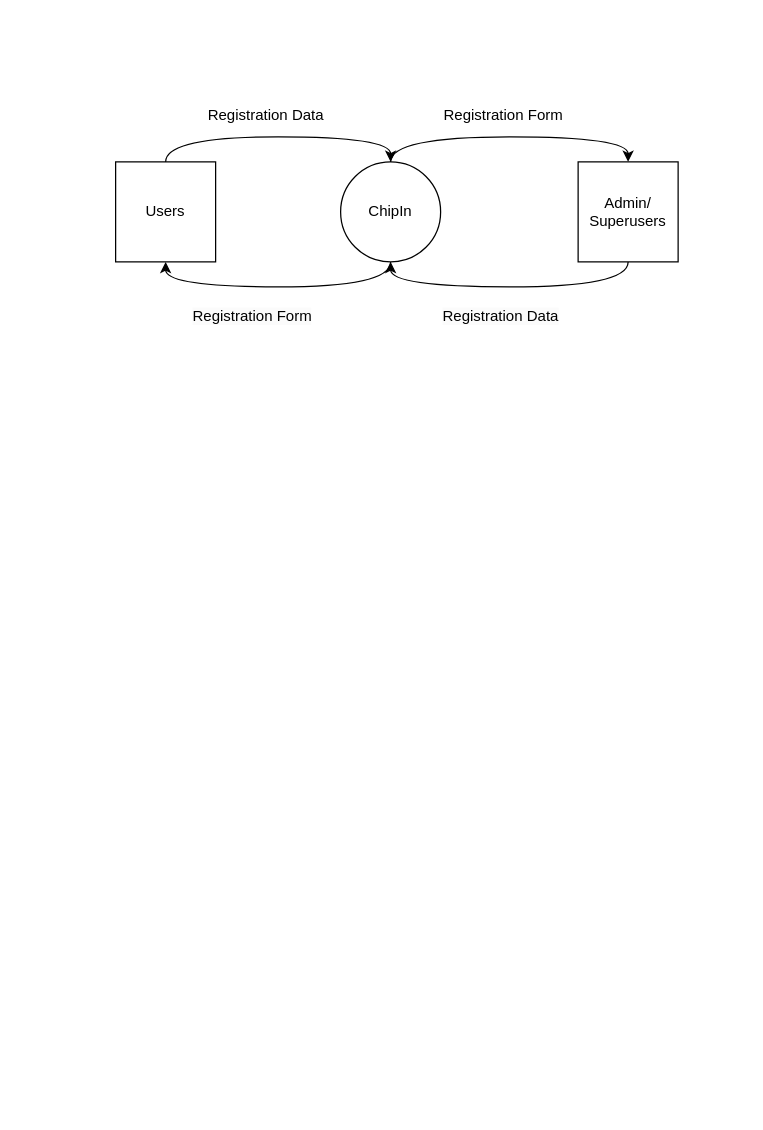
Above: SSa_project.drawio in GeorginaFox/at1 (draw.io), before the change. Source tidied: cells renumbered, new cells numbered last; positions are measured from the earlier drawing's top-left corner, leaving out a move shared by most shapes. Both pictures are drawn from the tidied source at 125%, with x=0, y=0 at pixel (115, 96).
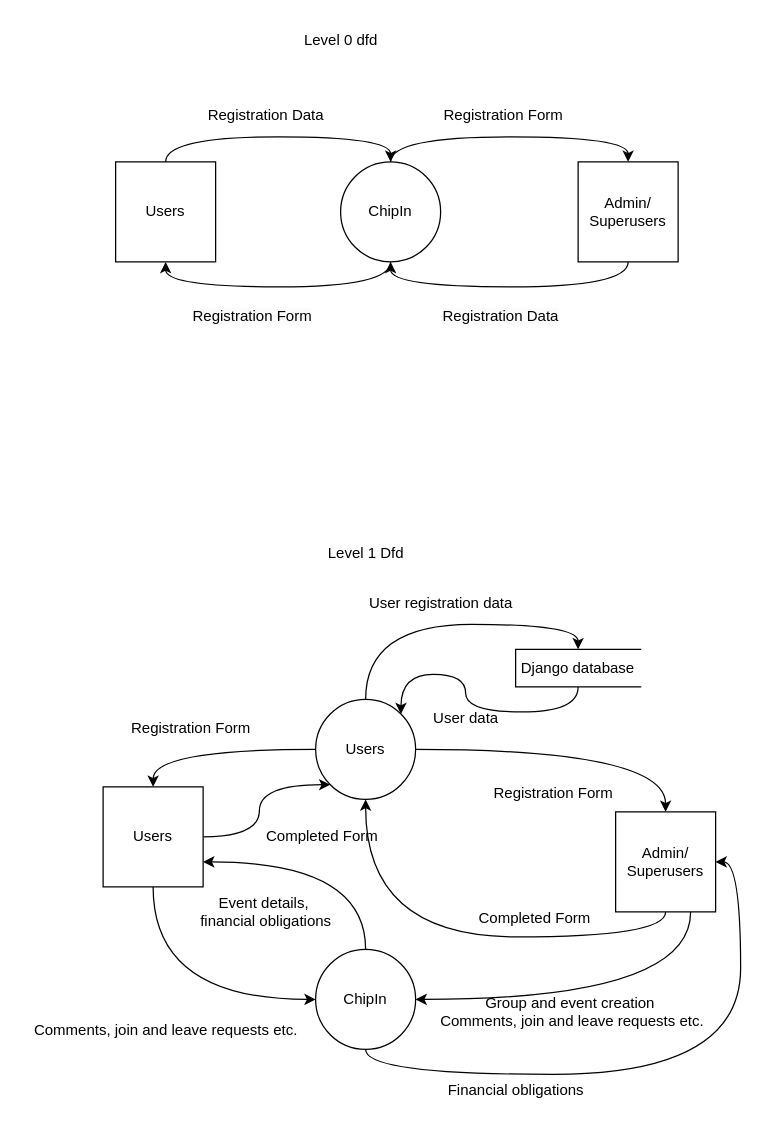
The same diagram, later.

What changed in the source:
```diff
@@
+    <mxCell id="13" style="edgeStyle=orthogonalEdgeStyle;rounded=0;jettySize=auto;html=1;exitX=0.5;exitY=0;exitDx=0;exitDy=0;entryX=1;entryY=0.75;entryDx=0;entryDy=0;curved=1;" parent="1" edge="1" source="15" target="21">
+      <mxGeometry relative="1" as="geometry" />
+    </mxCell>
+    <mxCell id="14" style="edgeStyle=orthogonalEdgeStyle;rounded=0;jettySize=auto;html=1;exitX=0.5;exitY=1;exitDx=0;exitDy=0;entryX=1;entryY=0.5;entryDx=0;entryDy=0;curved=1;" parent="1" edge="1" source="15" target="23">
+      <mxGeometry relative="1" as="geometry" />
+    </mxCell>
+    <mxCell id="15" value="ChipIn" style="ellipse;whiteSpace=wrap;html=1;" parent="1" vertex="1">
+      <mxGeometry x="160" y="682" width="80" height="80" as="geometry" />
+    </mxCell>
+    <mxCell id="16" style="edgeStyle=orthogonalEdgeStyle;rounded=0;jettySize=auto;html=1;exitX=0.5;exitY=0;exitDx=0;exitDy=0;entryX=0.5;entryY=0;entryDx=0;entryDy=0;curved=1;" parent="1" edge="1" source="18" target="25">
+      <mxGeometry relative="1" as="geometry" />
+    </mxCell>
+    <mxCell id="17" style="edgeStyle=orthogonalEdgeStyle;rounded=0;jettySize=auto;html=1;exitX=0;exitY=0.5;exitDx=0;exitDy=0;entryX=0.5;entryY=0;entryDx=0;entryDy=0;curved=1;" parent="1" edge="1" source="18" target="21">
+      <mxGeometry relative="1" as="geometry" />
+    </mxCell>
+    <mxCell id="18" value="Users" style="ellipse;whiteSpace=wrap;html=1;" parent="1" vertex="1">
+      <mxGeometry x="160" y="482" width="80" height="80" as="geometry" />
+    </mxCell>
+    <mxCell id="19" style="edgeStyle=orthogonalEdgeStyle;rounded=0;jettySize=auto;html=1;exitX=1;exitY=0.5;exitDx=0;exitDy=0;entryX=0;entryY=1;entryDx=0;entryDy=0;curved=1;" parent="1" edge="1" source="21" target="18">
+      <mxGeometry relative="1" as="geometry" />
+    </mxCell>
+    <mxCell id="20" style="edgeStyle=orthogonalEdgeStyle;rounded=0;jettySize=auto;html=1;exitX=0.5;exitY=1;exitDx=0;exitDy=0;entryX=0;entryY=0.5;entryDx=0;entryDy=0;curved=1;" parent="1" edge="1" source="21" target="15">
+      <mxGeometry relative="1" as="geometry" />
+    </mxCell>
+    <mxCell id="21" value="Users" style="whiteSpace=wrap;html=1;" parent="1" vertex="1">
+      <mxGeometry x="-10" y="552" width="80" height="80" as="geometry" />
+    </mxCell>
+    <mxCell id="22" style="edgeStyle=orthogonalEdgeStyle;rounded=0;jettySize=auto;html=1;exitX=0.75;exitY=1;exitDx=0;exitDy=0;entryX=1;entryY=0.5;entryDx=0;entryDy=0;curved=1;" parent="1" edge="1" source="23" target="15">
+      <mxGeometry relative="1" as="geometry" />
+    </mxCell>
+    <mxCell id="23" value="Admin/&lt;div&gt;Superusers&lt;/div&gt;" style="whiteSpace=wrap;html=1;" parent="1" vertex="1">
+      <mxGeometry x="400" y="572" width="80" height="80" as="geometry" />
+    </mxCell>
+    <mxCell id="24" style="edgeStyle=orthogonalEdgeStyle;rounded=0;jettySize=auto;html=1;exitX=0.5;exitY=1;exitDx=0;exitDy=0;entryX=1;entryY=0;entryDx=0;entryDy=0;curved=1;" parent="1" edge="1" source="25" target="18">
+      <mxGeometry relative="1" as="geometry" />
+    </mxCell>
+    <mxCell id="25" value="Django database" style="html=1;dashed=0;whiteSpace=wrap;shape=partialRectangle;right=0;" parent="1" vertex="1">
+      <mxGeometry x="320" y="442" width="100" height="30" as="geometry" />
+    </mxCell>
+    <mxCell id="26" value="User data" style="text;html=1;align=center;verticalAlign=middle;strokeColor=none;fillColor=none;" parent="1" vertex="1">
+      <mxGeometry x="240" y="482" width="80" height="30" as="geometry" />
+    </mxCell>
+    <mxCell id="27" value="User registration data" style="text;html=1;align=center;verticalAlign=middle;strokeColor=none;fillColor=none;" parent="1" vertex="1">
+      <mxGeometry x="190" y="390" width="140" height="30" as="geometry" />
+    </mxCell>
+    <mxCell id="28" value="Registration Form" style="text;html=1;align=center;verticalAlign=middle;strokeColor=none;fillColor=none;" parent="1" vertex="1">
+      <mxGeometry y="490" width="120" height="30" as="geometry" />
+    </mxCell>
+    <mxCell id="29" value="Completed Form" style="text;html=1;align=center;verticalAlign=middle;strokeColor=none;fillColor=none;" parent="1" vertex="1">
+      <mxGeometry x="110" y="577" width="110" height="30" as="geometry" />
+    </mxCell>
+    <mxCell id="30" style="edgeStyle=orthogonalEdgeStyle;rounded=0;jettySize=auto;html=1;entryX=0.5;entryY=0;entryDx=0;entryDy=0;curved=1;exitX=1;exitY=0.5;exitDx=0;exitDy=0;" parent="1" edge="1" source="18" target="23">
+      <mxGeometry relative="1" as="geometry" />
+    </mxCell>
+    <mxCell id="31" style="edgeStyle=orthogonalEdgeStyle;rounded=0;jettySize=auto;html=1;exitX=0.5;exitY=1;exitDx=0;exitDy=0;entryX=0.5;entryY=1;entryDx=0;entryDy=0;curved=1;" parent="1" edge="1" source="23" target="18">
+      <mxGeometry relative="1" as="geometry" />
+    </mxCell>
+    <mxCell id="32" value="Registration Form" style="text;html=1;align=center;verticalAlign=middle;strokeColor=none;fillColor=none;" parent="1" vertex="1">
+      <mxGeometry x="290" y="542" width="120" height="30" as="geometry" />
+    </mxCell>
+    <mxCell id="33" value="Completed Form" style="text;html=1;align=center;verticalAlign=middle;strokeColor=none;fillColor=none;" parent="1" vertex="1">
+      <mxGeometry x="280" y="642" width="110" height="30" as="geometry" />
+    </mxCell>
+    <mxCell id="34" value="Comments, join and leave requests etc." style="text;html=1;align=center;verticalAlign=middle;strokeColor=none;fillColor=none;" parent="1" vertex="1">
+      <mxGeometry x="-75" y="732" width="230" height="30" as="geometry" />
+    </mxCell>
+    <mxCell id="35" value="Event details,&amp;nbsp;&lt;div&gt;financial obligations&lt;/div&gt;" style="text;html=1;align=center;verticalAlign=middle;strokeColor=none;fillColor=none;" parent="1" vertex="1">
+      <mxGeometry x="55" y="632" width="130" height="40" as="geometry" />
+    </mxCell>
+    <mxCell id="36" value="Group and event creation&amp;nbsp;&lt;div&gt;Comments, join and leave requests etc.&lt;/div&gt;" style="text;html=1;align=center;verticalAlign=middle;strokeColor=none;fillColor=none;" parent="1" vertex="1">
+      <mxGeometry x="250" y="712" width="230" height="40" as="geometry" />
+    </mxCell>
+    <mxCell id="37" value="Financial obligations" style="text;html=1;align=center;verticalAlign=middle;strokeColor=none;fillColor=none;" parent="1" vertex="1">
+      <mxGeometry x="255" y="780" width="130" height="30" as="geometry" />
+    </mxCell>
+    <mxCell id="38" value="Level 1 Dfd" style="text;html=1;align=center;verticalAlign=middle;strokeColor=none;fillColor=none;" parent="1" vertex="1">
+      <mxGeometry x="160" y="350" width="80" height="30" as="geometry" />
+    </mxCell>
+    <mxCell id="39" value="Level 0 dfd" style="text;html=1;align=center;verticalAlign=middle;strokeColor=none;fillColor=none;" parent="1" vertex="1">
+      <mxGeometry x="140" y="-60" width="80" height="30" as="geometry" />
+    </mxCell>
```
